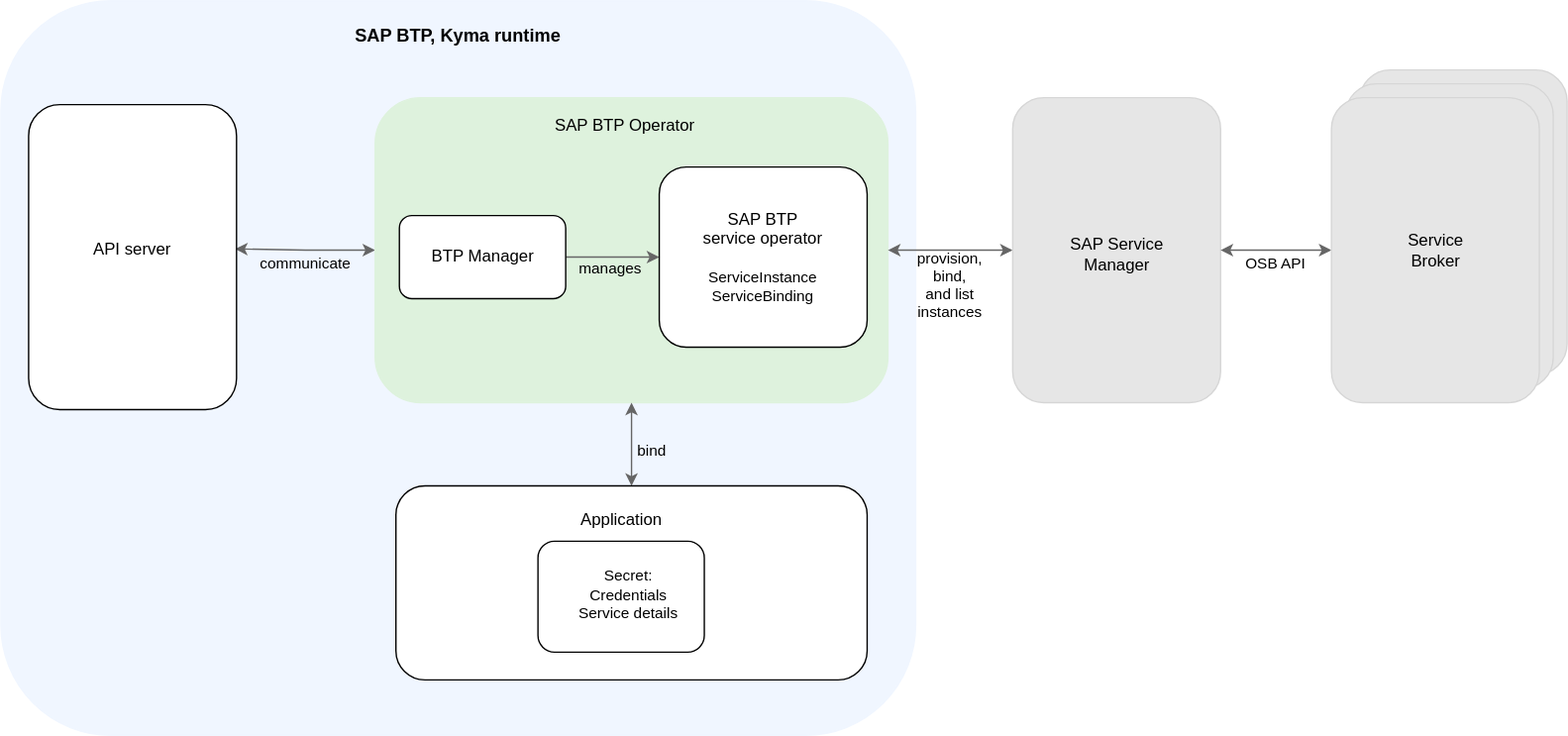
kyma-project/btp-manager keeps this draw.io diagram as docs/assets/BtpOperator_architecture.drawio.svg. Above is the earlier version. Source tidied: cells renumbered, new cells last; positions are measured from the earlier drawing's top-left corner, leaving out a move shared by most shapes.
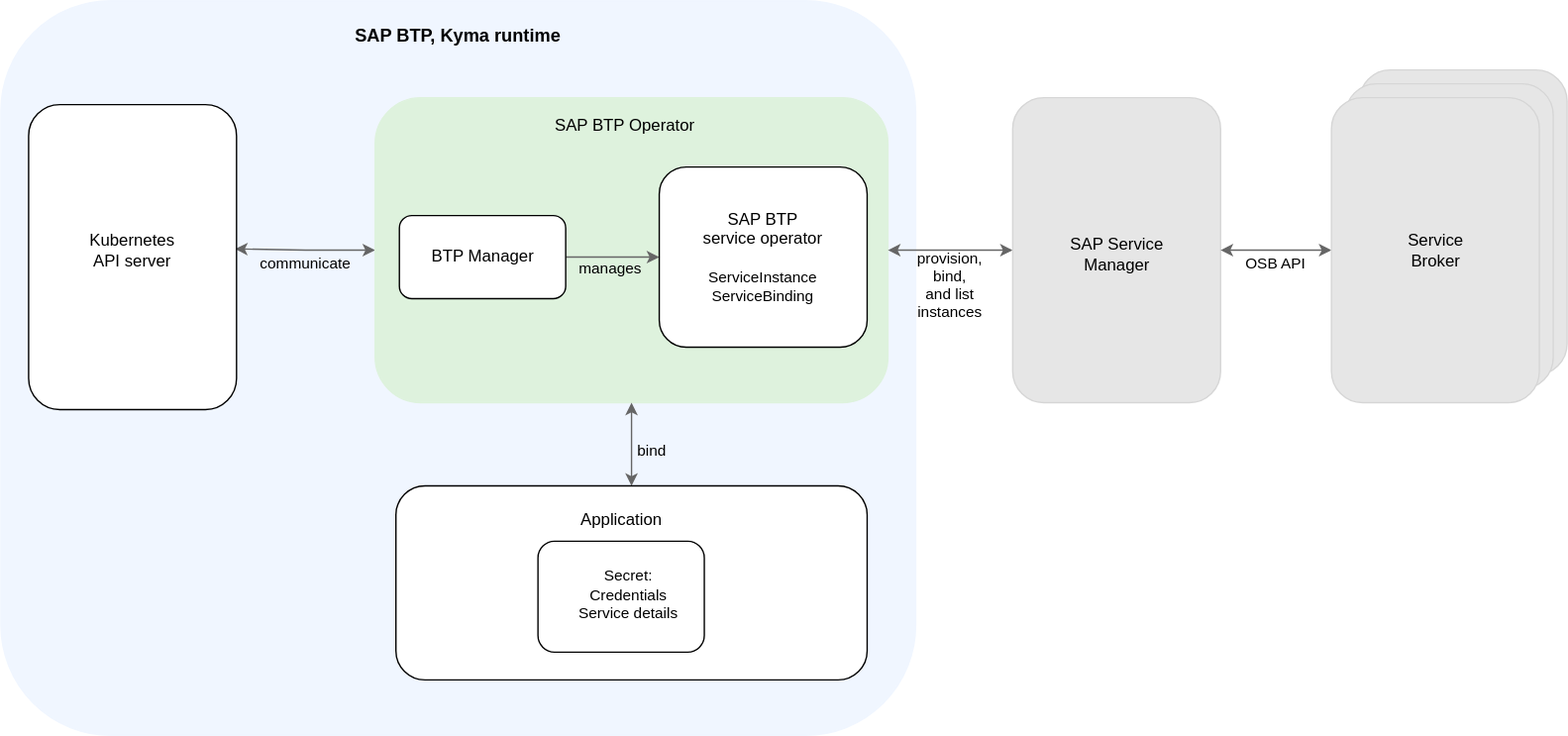
Above is the later version.

The edit, as a diff of the source:
```diff
@@ -74,7 +74,7 @@
     <mxCell id="25" style="rounded=1;whiteSpace=wrap;html=1;" parent="1" vertex="1">
       <mxGeometry x="20" y="75" width="150" height="220" as="geometry" />
     </mxCell>
-    <mxCell id="26" value="API server" style="text;html=1;align=center;verticalAlign=middle;whiteSpace=wrap;rounded=0;" parent="1" vertex="1">
+    <mxCell id="26" value="Kubernetes API server" style="text;html=1;align=center;verticalAlign=middle;whiteSpace=wrap;rounded=0;" parent="1" vertex="1">
       <mxGeometry x="65" y="165" width="60" height="30" as="geometry" />
     </mxCell>
     <mxCell id="27" value="SAP Service Manager" style="text;html=1;align=center;verticalAlign=middle;whiteSpace=wrap;rounded=0;" parent="1" vertex="1">
```
